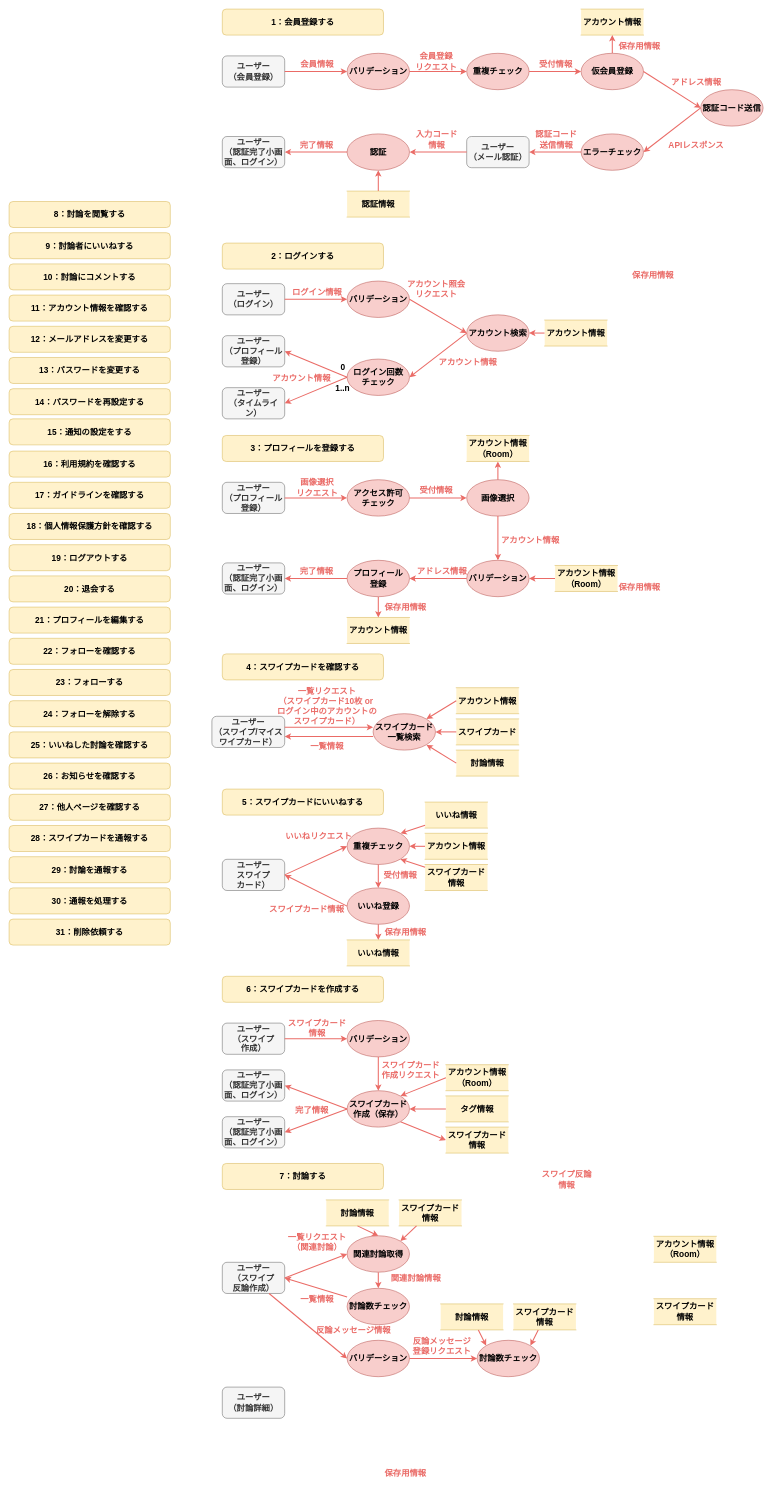
The draw.io diagram page "DFD" (3 of 3) of Functional_Design.drawio in haseryo0403/VenTal, before the edit. Source tidied: cells renumbered, new cells numbered last; positions are measured from the earlier drawing's top-left corner, leaving out a move shared by most shapes. Both pictures are drawn from the tidied source at 52%, with x=0, y=0 at pixel (9, 9).
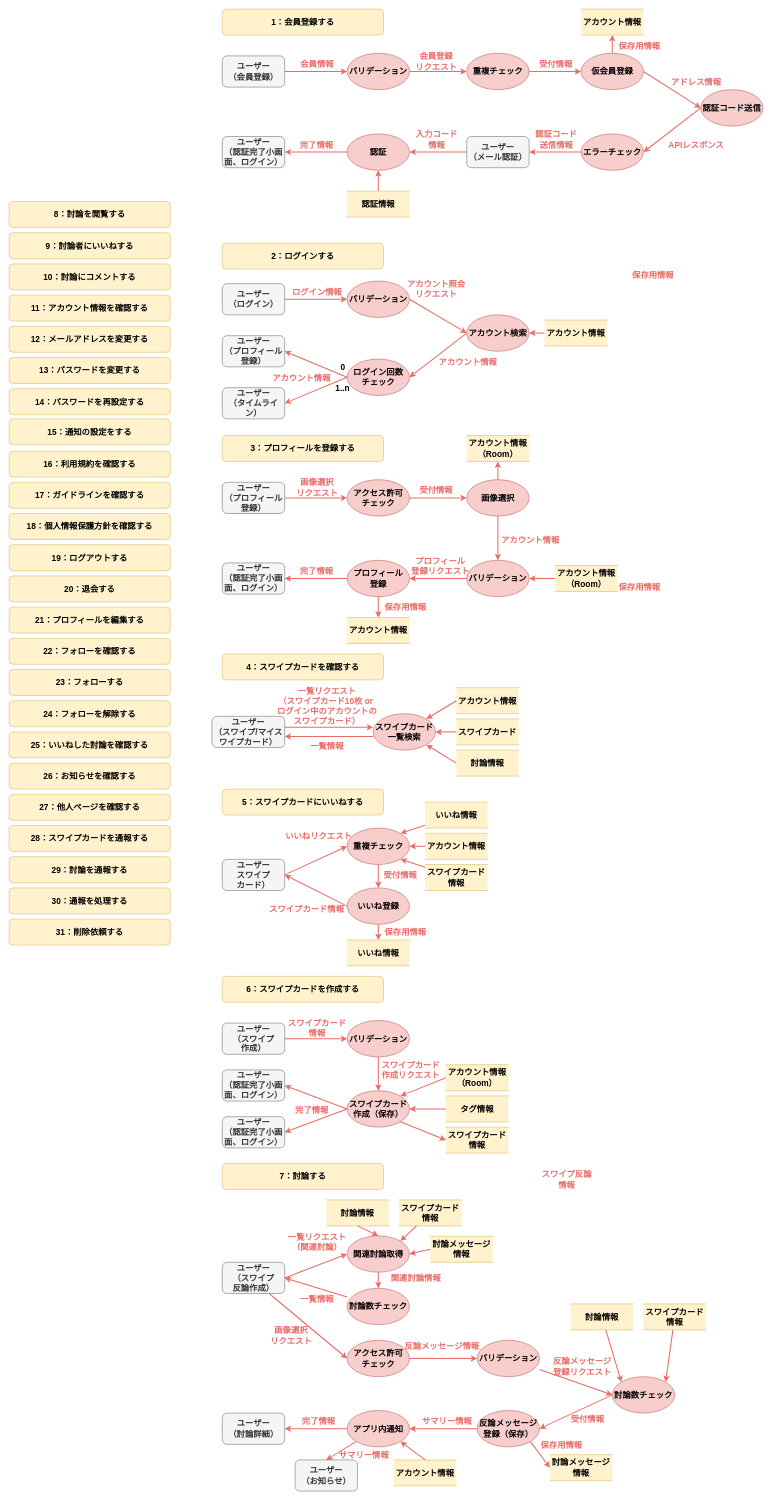
The same page after the edit.

Unchanged cells that the change refers to:
```xml
<mxCell id="86" style="edgeStyle=orthogonalEdgeStyle;shape=connector;rounded=0;jettySize=auto;html=1;exitX=1;exitY=0.5;exitDx=0;exitDy=0;entryX=0;entryY=0.5;entryDx=0;entryDy=0;entryPerimeter=0;strokeColor=#EA6B66;strokeWidth=2;align=center;verticalAlign=middle;fontFamily=Helvetica;fontSize=11;fontColor=default;labelBackgroundColor=default;endArrow=classic;endFill=1;" parent="1" edge="1" source="85" target="84">
  <mxGeometry relative="1" as="geometry" />
</mxCell>
<mxCell id="138" style="edgeStyle=orthogonalEdgeStyle;shape=connector;rounded=0;jettySize=auto;html=1;exitX=1;exitY=0.5;exitDx=0;exitDy=0;entryX=0;entryY=0.5;entryDx=0;entryDy=0;entryPerimeter=0;strokeColor=#EA6B66;strokeWidth=2;align=center;verticalAlign=middle;fontFamily=Helvetica;fontSize=11;fontColor=default;labelBackgroundColor=default;endArrow=classic;endFill=1;" parent="1" edge="1" source="137" target="136">
  <mxGeometry relative="1" as="geometry" />
</mxCell>
<mxCell id="162" value="ユーザー&lt;div&gt;&lt;span style=&quot;background-color: initial;&quot;&gt;（スワイプ&lt;/span&gt;&lt;/div&gt;&lt;div&gt;&lt;span style=&quot;background-color: initial;&quot;&gt;反論作成）&lt;/span&gt;&lt;/div&gt;" style="rounded=1;whiteSpace=wrap;html=1;fontFamily=Helvetica;fontSize=16;fontColor=#333333;labelBackgroundColor=none;fillColor=#f5f5f5;strokeColor=#666666;fontStyle=1;" parent="1" vertex="1">
  <mxGeometry x="410" y="2410" width="120" height="60" as="geometry" />
</mxCell>
<mxCell id="168" value="関連討論取得" style="strokeWidth=1;html=1;shape=mxgraph.flowchart.start_1;whiteSpace=wrap;fontFamily=Helvetica;fontSize=16;labelBackgroundColor=none;fillColor=#f8cecc;strokeColor=#b85450;fontStyle=1;" parent="1" vertex="1">
  <mxGeometry x="650" y="2359" width="120" height="70" as="geometry" />
</mxCell>
```

What changed in the source:
```diff
@@
-    <mxCell id="90" value="アドレス情報" style="edgeLabel;html=1;align=center;verticalAlign=middle;fontFamily=Helvetica;fontSize=16;fontColor=#ea6b67;labelBackgroundColor=none;fontStyle=1;" parent="86" vertex="1">
+    <mxCell id="90" value="プロフィール&lt;div&gt;登録リクエスト&lt;/div&gt;" style="edgeLabel;html=1;align=center;verticalAlign=middle;fontFamily=Helvetica;fontSize=16;fontColor=#ea6b67;labelBackgroundColor=none;fontStyle=1;" parent="86" vertex="1">
       <mxGeometry x="0.03" y="-2" relative="1" as="geometry">
-        <mxPoint x="239" y="138" as="offset" />
+        <mxPoint x="236" y="128" as="offset" />
       </mxGeometry>
     </mxCell>
@@
+    <mxCell id="183" value="保存用情報" style="edgeLabel;html=1;align=center;verticalAlign=middle;fontFamily=Helvetica;fontSize=16;fontColor=#ea6b67;labelBackgroundColor=none;fontStyle=1;" parent="86" vertex="1">
+      <mxGeometry x="0.03" y="-2" relative="1" as="geometry">
+        <mxPoint x="469" y="1818" as="offset" />
+      </mxGeometry>
+    </mxCell>
+    <mxCell id="184" value="画像選択&lt;div&gt;リクエスト&lt;/div&gt;" style="edgeLabel;html=1;align=center;verticalAlign=middle;fontFamily=Helvetica;fontSize=16;fontColor=#ea6b67;labelBackgroundColor=none;fontStyle=1;" parent="86" vertex="1">
+      <mxGeometry x="0.03" y="-2" relative="1" as="geometry">
+        <mxPoint x="-51" y="1608" as="offset" />
+      </mxGeometry>
+    </mxCell>
@@
-    <mxCell id="143" value="保存用情報" style="edgeLabel;html=1;align=center;verticalAlign=middle;fontFamily=Helvetica;fontSize=16;fontColor=#ea6b67;labelBackgroundColor=none;fontStyle=1;" parent="138" vertex="1">
+    <mxCell id="143" value="サマリー&lt;span style=&quot;background-color: initial;&quot;&gt;情報&lt;/span&gt;" style="edgeLabel;html=1;align=center;verticalAlign=middle;fontFamily=Helvetica;fontSize=16;fontColor=#ea6b67;labelBackgroundColor=none;fontStyle=1;" parent="138" vertex="1">
       <mxGeometry x="0.03" y="-2" relative="1" as="geometry">
-        <mxPoint x="169" y="832" as="offset" />
+        <mxPoint x="249" y="733" as="offset" />
       </mxGeometry>
     </mxCell>
@@
     <mxCell id="148" value="反論メッセージ&lt;div&gt;登録リクエスト&lt;/div&gt;" style="edgeLabel;html=1;align=center;verticalAlign=middle;fontFamily=Helvetica;fontSize=16;fontColor=#ea6b67;labelBackgroundColor=none;fontStyle=1;" parent="138" vertex="1">
       <mxGeometry x="0.03" y="-2" relative="1" as="geometry">
-        <mxPoint x="239" y="588" as="offset" />
+        <mxPoint x="509" y="628" as="offset" />
       </mxGeometry>
     </mxCell>
     <mxCell id="149" value="反論メッセージ情報" style="edgeLabel;html=1;align=center;verticalAlign=middle;fontFamily=Helvetica;fontSize=16;fontColor=#ea6b67;labelBackgroundColor=none;fontStyle=1;" parent="138" vertex="1">
       <mxGeometry x="0.03" y="-2" relative="1" as="geometry">
-        <mxPoint x="69" y="558" as="offset" />
+        <mxPoint x="239" y="588" as="offset" />
       </mxGeometry>
     </mxCell>
+    <mxCell id="185" value="受付&lt;span style=&quot;background-color: initial;&quot;&gt;情報&lt;/span&gt;" style="edgeLabel;html=1;align=center;verticalAlign=middle;fontFamily=Helvetica;fontSize=16;fontColor=#ea6b67;labelBackgroundColor=none;fontStyle=1;" parent="138" vertex="1">
+      <mxGeometry x="0.03" y="-2" relative="1" as="geometry">
+        <mxPoint x="519" y="728" as="offset" />
+      </mxGeometry>
+    </mxCell>
+    <mxCell id="186" value="サマリー&lt;span style=&quot;background-color: initial;&quot;&gt;情報&lt;/span&gt;" style="edgeLabel;html=1;align=center;verticalAlign=middle;fontFamily=Helvetica;fontSize=16;fontColor=#ea6b67;labelBackgroundColor=none;fontStyle=1;" parent="138" vertex="1">
+      <mxGeometry x="0.03" y="-2" relative="1" as="geometry">
+        <mxPoint x="89" y="798" as="offset" />
+      </mxGeometry>
+    </mxCell>
+    <mxCell id="187" value="&lt;span style=&quot;background-color: initial;&quot;&gt;完了情報&lt;/span&gt;" style="edgeLabel;html=1;align=center;verticalAlign=middle;fontFamily=Helvetica;fontSize=16;fontColor=#ea6b67;labelBackgroundColor=none;fontStyle=1;" parent="138" vertex="1">
+      <mxGeometry x="0.03" y="-2" relative="1" as="geometry">
+        <mxPoint x="2" y="733" as="offset" />
+      </mxGeometry>
+    </mxCell>
@@
-    <mxCell id="163" value="アカウント情報（Room）" style="shape=partialRectangle;whiteSpace=wrap;html=1;left=0;right=0;fillColor=#fff2cc;fontFamily=Helvetica;fontSize=16;labelBackgroundColor=none;strokeColor=#d6b656;fontStyle=1;" parent="1" vertex="1">
-      <mxGeometry x="1240" y="2360" width="120" height="50" as="geometry" />
+    <mxCell id="163" value="アカウント情報" style="shape=partialRectangle;whiteSpace=wrap;html=1;left=0;right=0;fillColor=#fff2cc;fontFamily=Helvetica;fontSize=16;labelBackgroundColor=none;strokeColor=#d6b656;fontStyle=1;" parent="1" vertex="1">
+      <mxGeometry x="740" y="2790" width="120" height="50" as="geometry" />
     </mxCell>
@@
-    <mxCell id="165" value="スワイプカード情報" style="shape=partialRectangle;whiteSpace=wrap;html=1;left=0;right=0;fillColor=#fff2cc;fontFamily=Helvetica;fontSize=16;labelBackgroundColor=none;strokeColor=#d6b656;fontStyle=1;" parent="1" vertex="1">
-      <mxGeometry x="1240" y="2480" width="120" height="50" as="geometry" />
-    </mxCell>
     <mxCell id="166" value="バリデーション" style="strokeWidth=1;html=1;shape=mxgraph.flowchart.start_1;whiteSpace=wrap;fontFamily=Helvetica;fontSize=16;labelBackgroundColor=none;fillColor=#f8cecc;strokeColor=#b85450;fontStyle=1;" parent="1" vertex="1">
-      <mxGeometry x="650" y="2560" width="120" height="70" as="geometry" />
+      <mxGeometry x="900" y="2560" width="120" height="70" as="geometry" />
     </mxCell>
@@
-    <mxCell id="175" style="edgeStyle=none;shape=connector;rounded=0;jettySize=auto;html=1;exitX=0.75;exitY=1;exitDx=0;exitDy=0;entryX=0;entryY=0.5;entryDx=0;entryDy=0;entryPerimeter=0;strokeColor=#EA6B66;strokeWidth=2;align=center;verticalAlign=middle;fontFamily=Helvetica;fontSize=11;fontColor=default;labelBackgroundColor=default;endArrow=classic;endFill=1;" parent="1" edge="1" source="162" target="166">
-      <mxGeometry relative="1" as="geometry" />
-    </mxCell>
     <mxCell id="176" value="討論数チェック" style="strokeWidth=1;html=1;shape=mxgraph.flowchart.start_1;whiteSpace=wrap;fontFamily=Helvetica;fontSize=16;labelBackgroundColor=none;fillColor=#f8cecc;strokeColor=#b85450;fontStyle=1;" parent="1" vertex="1">
-      <mxGeometry x="900" y="2560" width="120" height="70" as="geometry" />
+      <mxGeometry x="1160" y="2630" width="120" height="70" as="geometry" />
     </mxCell>
@@
     <mxCell id="178" value="ユーザー&lt;div&gt;&lt;span style=&quot;background-color: initial;&quot;&gt;（討論詳細&lt;/span&gt;&lt;span style=&quot;background-color: initial;&quot;&gt;）&lt;/span&gt;&lt;/div&gt;" style="rounded=1;whiteSpace=wrap;html=1;fontFamily=Helvetica;fontSize=16;fontColor=#333333;labelBackgroundColor=none;fillColor=#f5f5f5;strokeColor=#666666;fontStyle=1;" parent="1" vertex="1">
-      <mxGeometry x="410" y="2650" width="120" height="60" as="geometry" />
+      <mxGeometry x="410" y="2700" width="120" height="60" as="geometry" />
     </mxCell>
     <mxCell id="179" value="討論情報" style="shape=partialRectangle;whiteSpace=wrap;html=1;left=0;right=0;fillColor=#fff2cc;fontFamily=Helvetica;fontSize=16;labelBackgroundColor=none;strokeColor=#d6b656;fontStyle=1;" parent="1" vertex="1">
-      <mxGeometry x="830" y="2490" width="120" height="50" as="geometry" />
+      <mxGeometry x="1080" y="2490" width="120" height="50" as="geometry" />
     </mxCell>
     <mxCell id="180" value="スワイプカード情報" style="shape=partialRectangle;whiteSpace=wrap;html=1;left=0;right=0;fillColor=#fff2cc;fontFamily=Helvetica;fontSize=16;labelBackgroundColor=none;strokeColor=#d6b656;fontStyle=1;" parent="1" vertex="1">
-      <mxGeometry x="970" y="2490" width="120" height="50" as="geometry" />
+      <mxGeometry x="1220" y="2490" width="120" height="50" as="geometry" />
     </mxCell>
@@
+    <mxCell id="188" style="edgeStyle=none;shape=connector;rounded=0;jettySize=auto;html=1;exitX=0.855;exitY=0.855;exitDx=0;exitDy=0;exitPerimeter=0;entryX=0;entryY=0.5;entryDx=0;entryDy=0;strokeColor=#EA6B66;strokeWidth=2;align=center;verticalAlign=middle;fontFamily=Helvetica;fontSize=11;fontColor=default;labelBackgroundColor=default;endArrow=classic;endFill=1;" parent="1" edge="1" source="189" target="197">
+      <mxGeometry relative="1" as="geometry" />
+    </mxCell>
+    <mxCell id="189" value="反論メッセージ登録（保存）" style="strokeWidth=1;html=1;shape=mxgraph.flowchart.start_1;whiteSpace=wrap;fontFamily=Helvetica;fontSize=16;labelBackgroundColor=none;fillColor=#f8cecc;strokeColor=#b85450;fontStyle=1;" parent="1" vertex="1">
+      <mxGeometry x="900" y="2695" width="120" height="70" as="geometry" />
+    </mxCell>
+    <mxCell id="190" style="edgeStyle=none;shape=connector;rounded=0;jettySize=auto;html=1;exitX=0;exitY=0.5;exitDx=0;exitDy=0;exitPerimeter=0;entryX=1;entryY=0.5;entryDx=0;entryDy=0;strokeColor=#EA6B66;strokeWidth=2;align=center;verticalAlign=middle;fontFamily=Helvetica;fontSize=11;fontColor=default;labelBackgroundColor=default;endArrow=classic;endFill=1;" parent="1" edge="1" source="192" target="178">
+      <mxGeometry relative="1" as="geometry" />
+    </mxCell>
+    <mxCell id="191" style="edgeStyle=none;shape=connector;rounded=0;jettySize=auto;html=1;exitX=0.145;exitY=0.855;exitDx=0;exitDy=0;exitPerimeter=0;entryX=0.5;entryY=0;entryDx=0;entryDy=0;strokeColor=#EA6B66;strokeWidth=2;align=center;verticalAlign=middle;fontFamily=Helvetica;fontSize=11;fontColor=default;labelBackgroundColor=default;endArrow=classic;endFill=1;" parent="1" edge="1" source="192" target="199">
+      <mxGeometry relative="1" as="geometry" />
+    </mxCell>
+    <mxCell id="192" value="アプリ内通知" style="strokeWidth=1;html=1;shape=mxgraph.flowchart.start_1;whiteSpace=wrap;fontFamily=Helvetica;fontSize=16;labelBackgroundColor=none;fillColor=#f8cecc;strokeColor=#b85450;fontStyle=1;" parent="1" vertex="1">
+      <mxGeometry x="650" y="2695" width="120" height="70" as="geometry" />
+    </mxCell>
+    <mxCell id="193" style="edgeStyle=none;shape=connector;rounded=0;jettySize=auto;html=1;exitX=0;exitY=0.5;exitDx=0;exitDy=0;exitPerimeter=0;entryX=1;entryY=0.5;entryDx=0;entryDy=0;entryPerimeter=0;strokeColor=#EA6B66;strokeWidth=2;align=center;verticalAlign=middle;fontFamily=Helvetica;fontSize=11;fontColor=default;labelBackgroundColor=default;endArrow=classic;endFill=1;" parent="1" edge="1" source="176" target="189">
+      <mxGeometry relative="1" as="geometry" />
+    </mxCell>
+    <mxCell id="194" style="edgeStyle=none;shape=connector;rounded=0;jettySize=auto;html=1;entryX=1;entryY=0.5;entryDx=0;entryDy=0;entryPerimeter=0;strokeColor=#EA6B66;strokeWidth=2;align=center;verticalAlign=middle;fontFamily=Helvetica;fontSize=11;fontColor=default;labelBackgroundColor=default;endArrow=classic;endFill=1;" parent="1" edge="1" source="189" target="192">
+      <mxGeometry relative="1" as="geometry" />
+    </mxCell>
+    <mxCell id="195" value="討論メッセージ情報" style="shape=partialRectangle;whiteSpace=wrap;html=1;left=0;right=0;fillColor=#fff2cc;fontFamily=Helvetica;fontSize=16;labelBackgroundColor=none;strokeColor=#d6b656;fontStyle=1;" parent="1" vertex="1">
+      <mxGeometry x="810" y="2360" width="120" height="50" as="geometry" />
+    </mxCell>
+    <mxCell id="196" style="edgeStyle=none;shape=connector;rounded=0;jettySize=auto;html=1;exitX=0;exitY=0.5;exitDx=0;exitDy=0;entryX=1;entryY=0.5;entryDx=0;entryDy=0;entryPerimeter=0;strokeColor=#EA6B66;strokeWidth=2;align=center;verticalAlign=middle;fontFamily=Helvetica;fontSize=11;fontColor=default;labelBackgroundColor=default;endArrow=classic;endFill=1;" parent="1" edge="1" source="195" target="168">
+      <mxGeometry relative="1" as="geometry" />
+    </mxCell>
+    <mxCell id="197" value="討論メッセージ情報" style="shape=partialRectangle;whiteSpace=wrap;html=1;left=0;right=0;fillColor=#fff2cc;fontFamily=Helvetica;fontSize=16;labelBackgroundColor=none;strokeColor=#d6b656;fontStyle=1;" parent="1" vertex="1">
+      <mxGeometry x="1040" y="2780" width="120" height="50" as="geometry" />
+    </mxCell>
+    <mxCell id="198" style="edgeStyle=none;shape=connector;rounded=0;jettySize=auto;html=1;exitX=0.5;exitY=0;exitDx=0;exitDy=0;entryX=0.855;entryY=0.855;entryDx=0;entryDy=0;entryPerimeter=0;strokeColor=#EA6B66;strokeWidth=2;align=center;verticalAlign=middle;fontFamily=Helvetica;fontSize=11;fontColor=default;labelBackgroundColor=default;endArrow=classic;endFill=1;" parent="1" edge="1" source="163" target="192">
+      <mxGeometry relative="1" as="geometry" />
+    </mxCell>
+    <mxCell id="199" value="ユーザー&lt;div&gt;&lt;span style=&quot;background-color: initial;&quot;&gt;（お知らせ&lt;/span&gt;&lt;span style=&quot;background-color: initial;&quot;&gt;）&lt;/span&gt;&lt;/div&gt;" style="rounded=1;whiteSpace=wrap;html=1;fontFamily=Helvetica;fontSize=16;fontColor=#333333;labelBackgroundColor=none;fillColor=#f5f5f5;strokeColor=#666666;fontStyle=1;" parent="1" vertex="1">
+      <mxGeometry x="550" y="2790" width="120" height="60" as="geometry" />
+    </mxCell>
+    <mxCell id="200" value="アクセス許可&lt;div&gt;チェック&lt;/div&gt;" style="strokeWidth=1;html=1;shape=mxgraph.flowchart.start_1;whiteSpace=wrap;fontFamily=Helvetica;fontSize=16;labelBackgroundColor=none;fillColor=#f8cecc;strokeColor=#b85450;fontStyle=1;" parent="1" vertex="1">
+      <mxGeometry x="650" y="2560" width="120" height="70" as="geometry" />
+    </mxCell>
+    <mxCell id="201" style="edgeStyle=none;shape=connector;rounded=0;jettySize=auto;html=1;exitX=0.75;exitY=1;exitDx=0;exitDy=0;entryX=0;entryY=0.5;entryDx=0;entryDy=0;entryPerimeter=0;strokeColor=#EA6B66;strokeWidth=2;align=center;verticalAlign=middle;fontFamily=Helvetica;fontSize=11;fontColor=default;labelBackgroundColor=default;endArrow=classic;endFill=1;" parent="1" edge="1" source="162" target="200">
+      <mxGeometry relative="1" as="geometry" />
+    </mxCell>
+    <mxCell id="202" style="edgeStyle=none;shape=connector;rounded=0;jettySize=auto;html=1;entryX=0;entryY=0.5;entryDx=0;entryDy=0;entryPerimeter=0;strokeColor=#EA6B66;strokeWidth=2;align=center;verticalAlign=middle;fontFamily=Helvetica;fontSize=11;fontColor=default;labelBackgroundColor=default;endArrow=classic;endFill=1;" parent="1" edge="1" source="200" target="166">
+      <mxGeometry relative="1" as="geometry" />
+    </mxCell>
```
